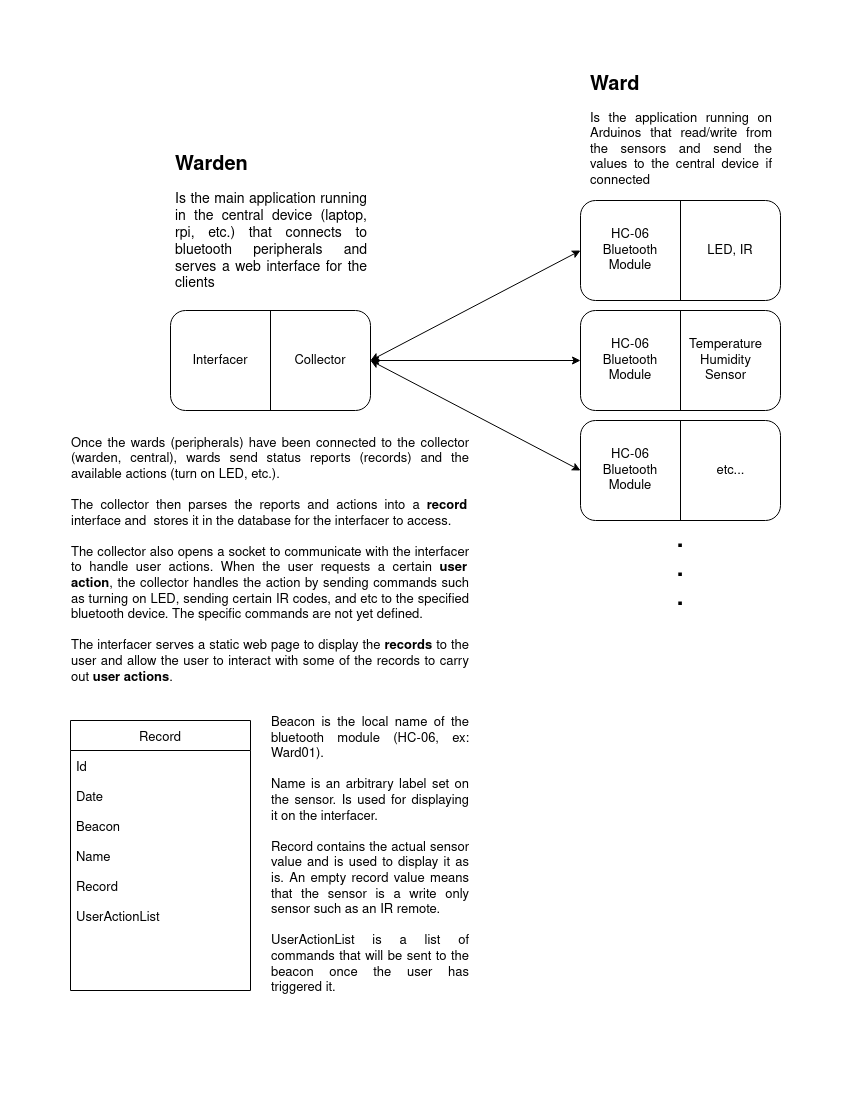
Above: docs/diagram.png in thinkty/warden (draw.io), before the change. Source tidied: cells renumbered, new cells last; positions are measured from the earlier drawing's top-left corner, leaving out a move shared by most shapes.
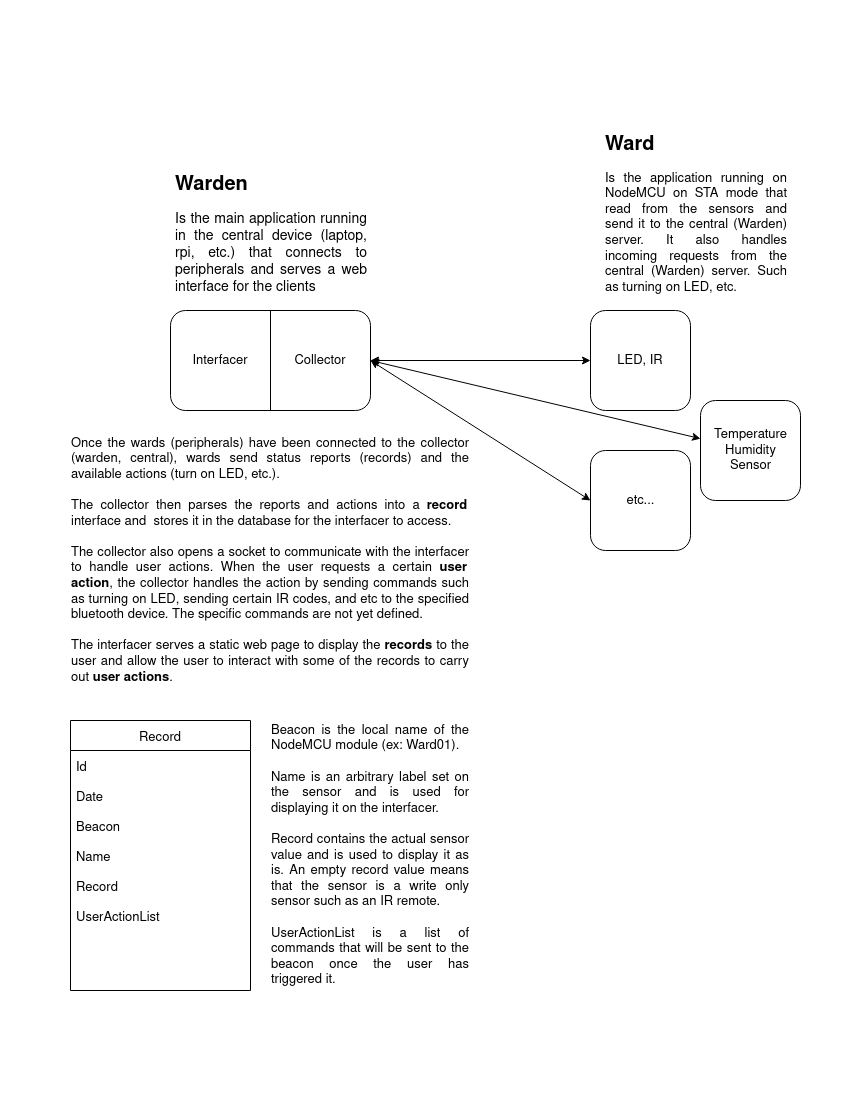
After the commit.

Change to the diagram source:
```diff
@@ -17,60 +17,42 @@
     <mxCell id="6" value="Collector" style="text;html=1;strokeColor=none;fillColor=none;align=center;verticalAlign=middle;whiteSpace=wrap;rounded=0;fontSize=13;" parent="2" vertex="1">
       <mxGeometry x="120" y="35" width="60" height="30" as="geometry" />
     </mxCell>
-    <mxCell id="7" value="&lt;h1 style=&quot;font-size: 20px&quot;&gt;Warden&lt;br&gt;&lt;/h1&gt;&lt;p style=&quot;font-size: 14px&quot; align=&quot;justify&quot;&gt;Is the main application running in the central device (laptop, rpi, etc.) that connects to bluetooth peripherals and serves a web interface for the clients&lt;br&gt;&lt;/p&gt;" style="text;html=1;strokeColor=none;fillColor=none;spacing=5;spacingTop=-20;whiteSpace=wrap;overflow=hidden;rounded=0;" parent="1" vertex="1">
-      <mxGeometry x="100" y="80" width="200" height="150" as="geometry" />
+    <mxCell id="7" value="&lt;h1 style=&quot;font-size: 20px&quot;&gt;Warden&lt;br&gt;&lt;/h1&gt;&lt;p style=&quot;font-size: 14px&quot; align=&quot;justify&quot;&gt;Is the main application running in the central device (laptop, rpi, etc.) that connects to peripherals and serves a web interface for the clients&lt;br&gt;&lt;/p&gt;" style="text;html=1;strokeColor=none;fillColor=none;spacing=5;spacingTop=-20;whiteSpace=wrap;overflow=hidden;rounded=0;" parent="1" vertex="1">
+      <mxGeometry x="100" y="100" width="200" height="130" as="geometry" />
     </mxCell>
-    <mxCell id="8" value="&lt;h1 style=&quot;font-size: 20px&quot;&gt;&lt;font style=&quot;font-size: 20px&quot;&gt;Ward&lt;/font&gt;&lt;/h1&gt;&lt;p style=&quot;font-size: 13px&quot; align=&quot;justify&quot;&gt;Is the application running on Arduinos that read/write from the sensors and send the values to the central device if connected&lt;br&gt;&lt;/p&gt;" style="text;html=1;strokeColor=none;fillColor=none;spacing=5;spacingTop=-20;whiteSpace=wrap;overflow=hidden;rounded=0;fontSize=14;" parent="1" vertex="1">
-      <mxGeometry x="515" width="190" height="120" as="geometry" />
+    <mxCell id="8" value="&lt;h1 style=&quot;font-size: 20px&quot;&gt;&lt;font style=&quot;font-size: 20px&quot;&gt;Ward&lt;/font&gt;&lt;/h1&gt;&lt;p style=&quot;font-size: 13px&quot; align=&quot;justify&quot;&gt;Is the application running on NodeMCU on STA mode that read from the sensors and send it to the central (Warden) server. It also handles incoming requests from the central (Warden) server. Such as turning on LED, etc.&lt;br&gt;&lt;/p&gt;" style="text;html=1;strokeColor=none;fillColor=none;spacing=5;spacingTop=-20;whiteSpace=wrap;overflow=hidden;rounded=0;fontSize=14;" parent="1" vertex="1">
+      <mxGeometry x="530" y="60" width="190" height="170" as="geometry" />
     </mxCell>
     <mxCell id="9" style="group;" parent="1" vertex="1">
-      <mxGeometry x="510" y="350" width="200" height="100" as="geometry" />
+      <mxGeometry x="520" y="380" width="100" height="100" as="geometry" />
     </mxCell>
     <mxCell id="10" style="rounded=1;whiteSpace=wrap;html=1;" parent="9" vertex="1">
-      <mxGeometry width="200" height="100" as="geometry" />
+      <mxGeometry width="100" height="100" as="geometry" />
     </mxCell>
-    <mxCell id="11" style="endArrow=none;html=1;rounded=0;exitX=0.5;exitY=1;exitDx=0;exitDy=0;entryX=0.5;entryY=0;entryDx=0;entryDy=0;" parent="9" edge="1" source="10" target="10">
-      <mxGeometry relative="1" as="geometry" />
-    </mxCell>
-    <mxCell id="12" value="&lt;div style=&quot;font-size: 13px;&quot;&gt;&lt;font style=&quot;font-size: 13px;&quot;&gt;HC-06&lt;/font&gt;&lt;/div&gt;&lt;div style=&quot;font-size: 13px;&quot;&gt;&lt;font style=&quot;font-size: 13px;&quot;&gt;Bluetooth&lt;/font&gt;&lt;/div&gt;&lt;div style=&quot;font-size: 13px;&quot;&gt;&lt;font style=&quot;font-size: 13px;&quot;&gt;Module&lt;br style=&quot;font-size: 13px;&quot;&gt;&lt;/font&gt;&lt;/div&gt;" style="text;html=1;strokeColor=none;fillColor=none;align=center;verticalAlign=middle;whiteSpace=wrap;rounded=0;fontSize=13;" parent="9" vertex="1">
-      <mxGeometry x="20" y="20" width="60" height="60" as="geometry" />
-    </mxCell>
     <mxCell id="13" value="&lt;div&gt;etc...&lt;/div&gt;" style="text;html=1;align=center;verticalAlign=middle;strokeColor=none;fillColor=none;fontSize=13;" parent="9" vertex="1">
-      <mxGeometry x="130" y="40" width="40" height="20" as="geometry" />
+      <mxGeometry x="30" y="40" width="40" height="20" as="geometry" />
     </mxCell>
     <mxCell id="14" style="group;" parent="1" vertex="1">
-      <mxGeometry x="510" y="240" width="200" height="100" as="geometry" />
+      <mxGeometry x="630" y="330" width="100" height="100" as="geometry" />
     </mxCell>
     <mxCell id="15" style="rounded=1;whiteSpace=wrap;html=1;" parent="14" vertex="1">
-      <mxGeometry width="200" height="100" as="geometry" />
+      <mxGeometry width="100" height="100" as="geometry" />
     </mxCell>
-    <mxCell id="16" style="endArrow=none;html=1;rounded=0;exitX=0.5;exitY=1;exitDx=0;exitDy=0;entryX=0.5;entryY=0;entryDx=0;entryDy=0;" parent="14" edge="1" source="15" target="15">
-      <mxGeometry relative="1" as="geometry" />
-    </mxCell>
-    <mxCell id="17" value="&lt;div style=&quot;font-size: 13px;&quot;&gt;&lt;font style=&quot;font-size: 13px;&quot;&gt;HC-06&lt;/font&gt;&lt;/div&gt;&lt;div style=&quot;font-size: 13px;&quot;&gt;&lt;font style=&quot;font-size: 13px;&quot;&gt;Bluetooth&lt;/font&gt;&lt;/div&gt;&lt;div style=&quot;font-size: 13px;&quot;&gt;&lt;font style=&quot;font-size: 13px;&quot;&gt;Module&lt;br style=&quot;font-size: 13px;&quot;&gt;&lt;/font&gt;&lt;/div&gt;" style="text;html=1;strokeColor=none;fillColor=none;align=center;verticalAlign=middle;whiteSpace=wrap;rounded=0;fontSize=13;" parent="14" vertex="1">
-      <mxGeometry x="20" y="20" width="60" height="60" as="geometry" />
-    </mxCell>
     <mxCell id="18" value="&lt;div&gt;Temperature&lt;br&gt;&lt;/div&gt;&lt;div&gt;Humidity&lt;/div&gt;&lt;div&gt;Sensor&lt;br&gt;&lt;/div&gt;" style="text;html=1;align=center;verticalAlign=middle;strokeColor=none;fillColor=none;fontSize=13;" parent="14" vertex="1">
-      <mxGeometry x="100" y="25" width="90" height="50" as="geometry" />
+      <mxGeometry x="5" y="25" width="90" height="50" as="geometry" />
     </mxCell>
     <mxCell id="19" style="group;" parent="1" vertex="1">
-      <mxGeometry x="510" y="130" width="200" height="100" as="geometry" />
+      <mxGeometry x="500" y="240" width="100" height="100" as="geometry" />
     </mxCell>
+    <mxCell id="39" style="group;" parent="19" vertex="1">
+      <mxGeometry x="20" width="100" height="100" as="geometry" />
+    </mxCell>
-    <mxCell id="20" style="rounded=1;whiteSpace=wrap;html=1;" parent="19" vertex="1">
-      <mxGeometry width="200" height="100" as="geometry" />
+    <mxCell id="20" style="rounded=1;whiteSpace=wrap;html=1;" parent="39" vertex="1">
+      <mxGeometry width="100" height="100" as="geometry" />
     </mxCell>
-    <mxCell id="21" style="endArrow=none;html=1;rounded=0;exitX=0.5;exitY=1;exitDx=0;exitDy=0;entryX=0.5;entryY=0;entryDx=0;entryDy=0;" parent="19" edge="1" source="20" target="20">
-      <mxGeometry relative="1" as="geometry" />
-    </mxCell>
-    <mxCell id="22" value="&lt;div style=&quot;font-size: 13px;&quot;&gt;&lt;font style=&quot;font-size: 13px;&quot;&gt;HC-06&lt;/font&gt;&lt;/div&gt;&lt;div style=&quot;font-size: 13px;&quot;&gt;&lt;font style=&quot;font-size: 13px;&quot;&gt;Bluetooth&lt;/font&gt;&lt;/div&gt;&lt;div style=&quot;font-size: 13px;&quot;&gt;&lt;font style=&quot;font-size: 13px;&quot;&gt;Module&lt;br style=&quot;font-size: 13px;&quot;&gt;&lt;/font&gt;&lt;/div&gt;" style="text;html=1;strokeColor=none;fillColor=none;align=center;verticalAlign=middle;whiteSpace=wrap;rounded=0;fontSize=13;" parent="19" vertex="1">
-      <mxGeometry x="20" y="20" width="60" height="60" as="geometry" />
-    </mxCell>
-    <mxCell id="23" value="LED, IR" style="text;html=1;strokeColor=none;fillColor=none;align=center;verticalAlign=middle;whiteSpace=wrap;rounded=0;fontSize=13;" parent="19" vertex="1">
-      <mxGeometry x="120" y="35" width="60" height="30" as="geometry" />
+    <mxCell id="23" value="LED, IR" style="text;html=1;strokeColor=none;fillColor=none;align=center;verticalAlign=middle;whiteSpace=wrap;rounded=0;fontSize=13;" parent="39" vertex="1">
+      <mxGeometry x="10" y="35" width="80" height="30" as="geometry" />
     </mxCell>
-    <mxCell id="24" value="&lt;div style=&quot;font-size: 24px&quot;&gt;&lt;b&gt;&lt;font style=&quot;font-size: 24px&quot;&gt;.&lt;/font&gt;&lt;/b&gt;&lt;/div&gt;&lt;div style=&quot;font-size: 24px&quot;&gt;&lt;b&gt;&lt;font style=&quot;font-size: 24px&quot;&gt;.&lt;/font&gt;&lt;/b&gt;&lt;/div&gt;&lt;div style=&quot;font-size: 24px&quot;&gt;&lt;b&gt;&lt;font style=&quot;font-size: 24px&quot;&gt;.&lt;br&gt;&lt;/font&gt;&lt;/b&gt;&lt;/div&gt;" style="text;html=1;strokeColor=none;fillColor=none;align=center;verticalAlign=middle;whiteSpace=wrap;rounded=0;fontSize=20;" parent="1" vertex="1">
-      <mxGeometry x="580" y="450" width="60" height="100" as="geometry" />
-    </mxCell>
     <mxCell id="25" style="endArrow=classic;startArrow=classic;html=1;rounded=0;fontSize=13;exitX=1;exitY=0.5;exitDx=0;exitDy=0;entryX=0;entryY=0.5;entryDx=0;entryDy=0;" parent="1" edge="1" source="3" target="20">
       <mxGeometry relative="1" as="geometry" />
     </mxCell>
@@ -110,7 +92,7 @@
     <mxCell id="37" style="text;strokeColor=none;fillColor=none;align=left;verticalAlign=middle;spacingLeft=4;spacingRight=4;overflow=hidden;fontSize=13;" parent="29" vertex="1">
       <mxGeometry y="240" width="180" height="30" as="geometry" />
     </mxCell>
-    <mxCell id="38" value="&lt;div align=&quot;justify&quot;&gt;Beacon is the local name of the bluetooth module (HC-06, ex: Ward01).&lt;/div&gt;&lt;div align=&quot;justify&quot;&gt;&lt;br&gt;&lt;/div&gt;&lt;div align=&quot;justify&quot;&gt;Name is an arbitrary label set on the sensor. Is used for displaying it on the interfacer.&lt;/div&gt;&lt;div align=&quot;justify&quot;&gt;&lt;br&gt;&lt;/div&gt;&lt;div align=&quot;justify&quot;&gt;Record contains the actual sensor value and is used to display it as is. An empty record value means that the sensor is a write only sensor such as an IR remote.&lt;/div&gt;&lt;div align=&quot;justify&quot;&gt;&lt;br&gt;&lt;/div&gt;&lt;div align=&quot;justify&quot;&gt;UserActionList is a list of commands that will be sent to the beacon once the user has triggered it.&lt;br&gt;&lt;/div&gt;" style="text;html=1;strokeColor=none;fillColor=none;align=center;verticalAlign=middle;whiteSpace=wrap;rounded=0;fontSize=13;" parent="1" vertex="1">
+    <mxCell id="38" value="&lt;div align=&quot;justify&quot;&gt;Beacon is the local name of the NodeMCU module (ex: Ward01).&lt;/div&gt;&lt;div align=&quot;justify&quot;&gt;&lt;br&gt;&lt;/div&gt;&lt;div align=&quot;justify&quot;&gt;Name is an arbitrary label set on the sensor and is used for displaying it on the interfacer.&lt;/div&gt;&lt;div align=&quot;justify&quot;&gt;&lt;br&gt;&lt;/div&gt;&lt;div align=&quot;justify&quot;&gt;Record contains the actual sensor value and is used to display it as is. An empty record value means that the sensor is a write only sensor such as an IR remote.&lt;/div&gt;&lt;div align=&quot;justify&quot;&gt;&lt;br&gt;&lt;/div&gt;&lt;div align=&quot;justify&quot;&gt;UserActionList is a list of commands that will be sent to the beacon once the user has triggered it.&lt;br&gt;&lt;/div&gt;" style="text;html=1;strokeColor=none;fillColor=none;align=center;verticalAlign=middle;whiteSpace=wrap;rounded=0;fontSize=13;" parent="1" vertex="1">
       <mxGeometry x="200" y="630" width="200" height="310" as="geometry" />
     </mxCell>
   </root>
```
